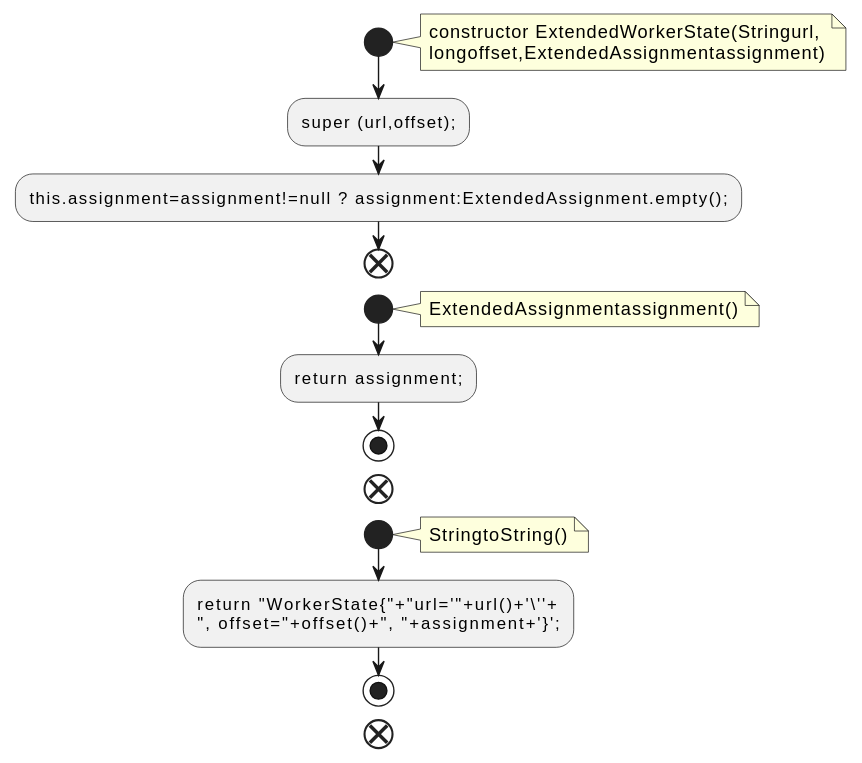
The PlantUML diagram docs/qc/connect/runtime/src/main/java/org/apache/kafka/connect/runtime/distributed/ExtendedWorkerState.java.fct.svg in qualitesys/kafka, before a commit.
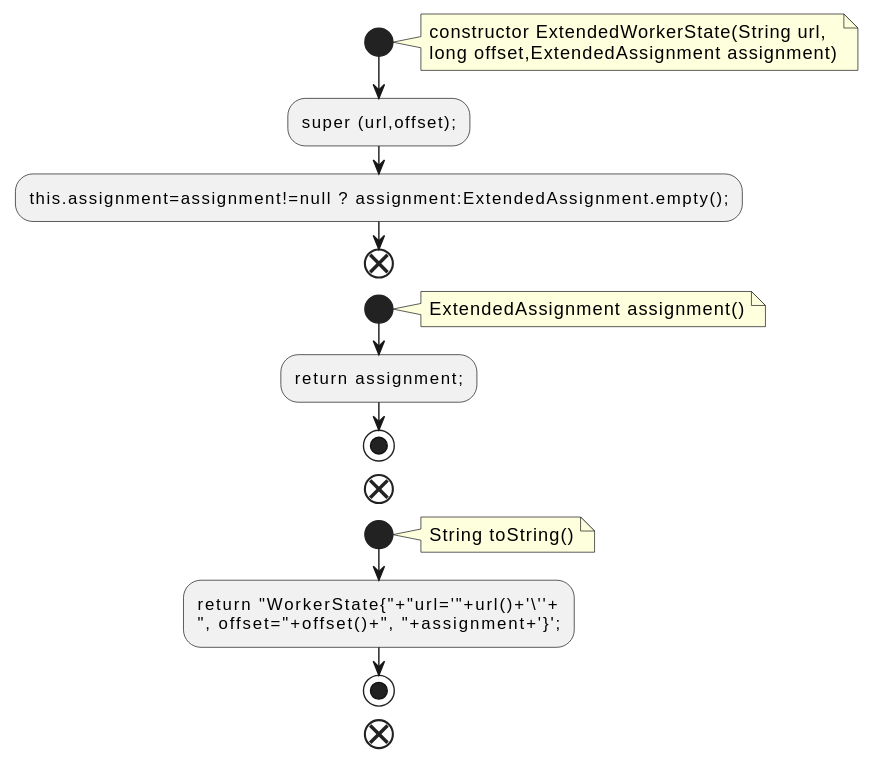
The same file after the commit.

The edit, as a diff of the source:
```diff
@@ -2,22 +2,22 @@
 !pragma layout smetana
 start
 note right
-constructor ExtendedWorkerState(Stringurl,
-longoffset,ExtendedAssignmentassignment)
+constructor ExtendedWorkerState(String url,
+long offset,ExtendedAssignment assignment)
 end note
 :super (url,offset);;
 :this.assignment=assignment!=null ? assignment:ExtendedAssignment.empty();;
 end
 start
 note right
-ExtendedAssignmentassignment()
+ExtendedAssignment assignment()
 end note
 :return assignment;;
 stop
 end
 start
 note right
-StringtoString()
+String toString()
 end note
 :return "WorkerState{"+"url='"+url()+'\''+
 ", offset="+offset()+", "+assignment+'}';;
```
